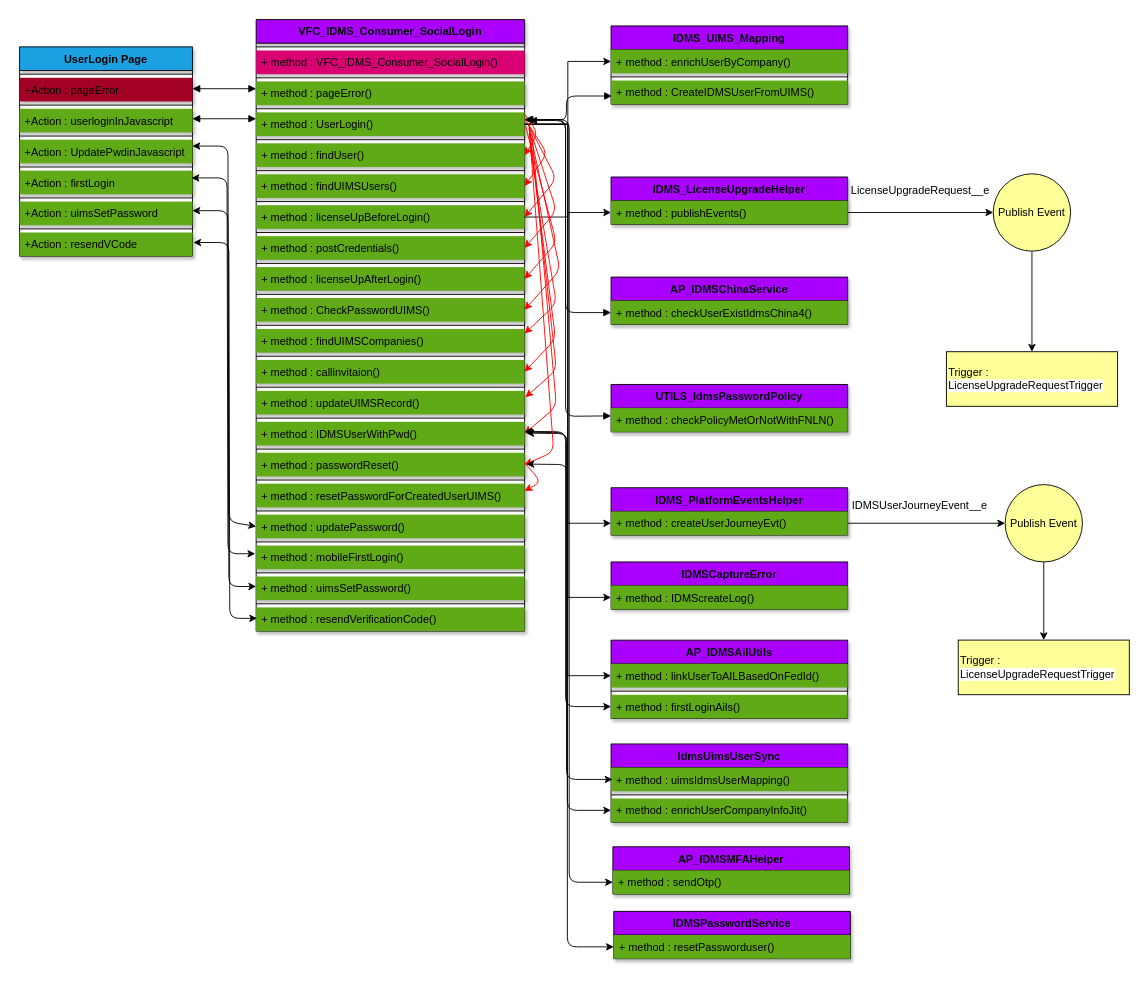
This is Untitled Diagram.drawio from anoopijt/IDMS-Diagrams, a draw.io file, before an edit. Source tidied: cells renumbered, new cells numbered last; positions are measured from the earlier drawing's top-left corner, leaving out a move shared by most shapes. Both pictures are drawn from the tidied source at 91%, with x=0, y=0 at pixel (19, 19).
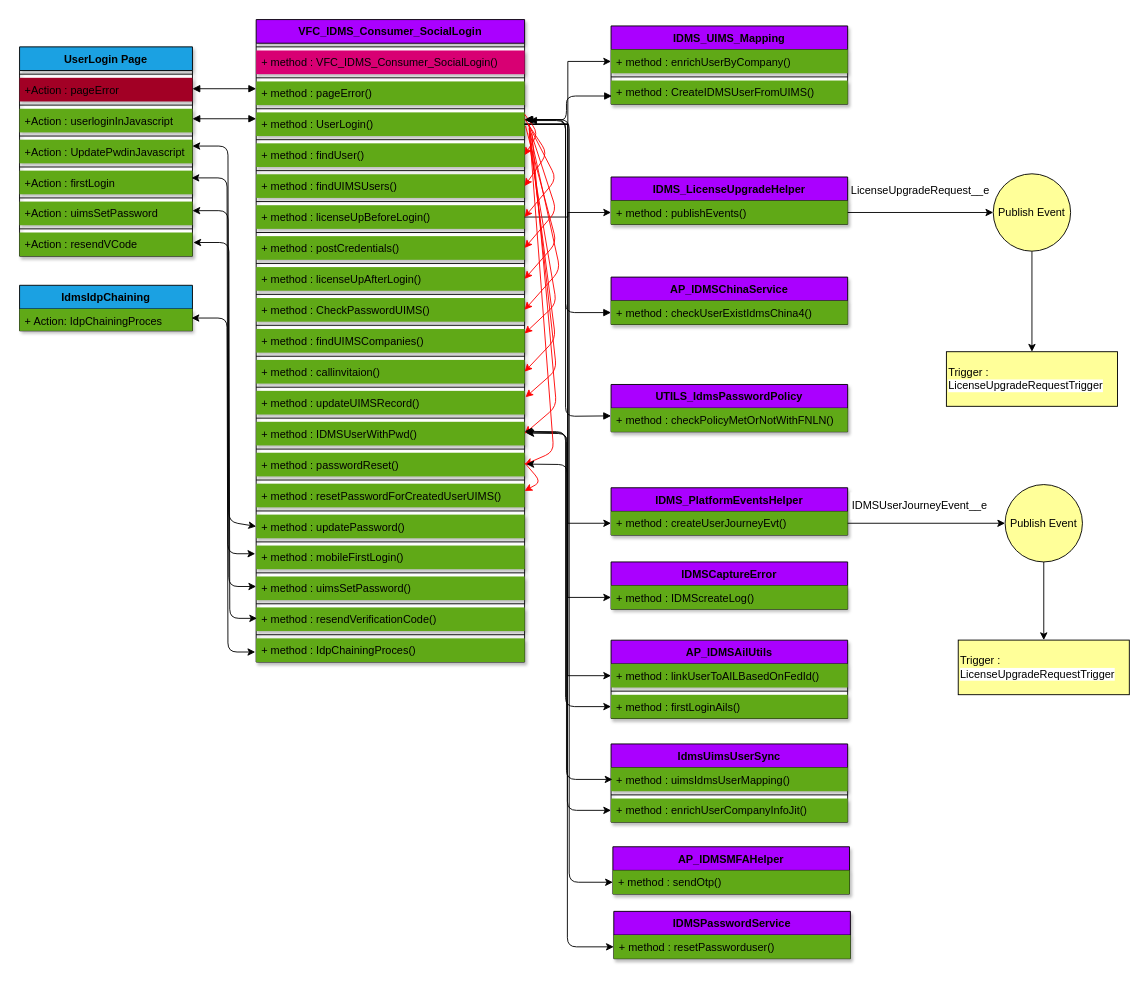
The same diagram, later.

The edit, as a diff of the source:
```diff
@@
     <mxCell id="10" value="VFC_IDMS_Consumer_SocialLogin" style="swimlane;fontStyle=1;align=center;verticalAlign=top;horizontal=1;startSize=26;fillColor=#AA00FF;shadow=1;" parent="1" vertex="1">
-      <mxGeometry x="260" width="295" height="672" as="geometry" />
+      <mxGeometry x="260" width="295" height="706" as="geometry" />
     </mxCell>
@@
+    <mxCell id="121" style="line;strokeWidth=1;fillColor=none;align=left;verticalAlign=middle;spacingTop=-1;spacingLeft=3;spacingRight=3;labelPosition=right;shadow=1;" parent="10" vertex="1">
+      <mxGeometry y="672" width="295" height="8" as="geometry" />
+    </mxCell>
+    <mxCell id="122" value="+ method : IdpChainingProces()" style="text;strokeColor=none;fillColor=#60A917;align=left;verticalAlign=top;spacingLeft=4;spacingRight=4;overflow=hidden;shadow=1;" parent="10" vertex="1">
+      <mxGeometry y="680" width="295" height="26" as="geometry" />
+    </mxCell>
@@
+    <mxCell id="123" value="IdmsIdpChaining" style="swimlane;fontStyle=1;align=center;verticalAlign=top;horizontal=1;startSize=26;shadow=0;fillColor=#1BA1E2;" parent="1" vertex="1">
+      <mxGeometry y="292" width="190" height="50" as="geometry" />
+    </mxCell>
+    <mxCell id="124" value="+ Action: IdpChainingProces" style="text;strokeColor=none;fillColor=#60A917;align=left;verticalAlign=top;spacingLeft=4;spacingRight=4;overflow=hidden;shadow=1;" parent="123" vertex="1">
+      <mxGeometry y="26" width="190" height="24" as="geometry" />
+    </mxCell>
+    <mxCell id="125" style="endArrow=classic;startArrow=classic;html=1;fillColor=#60A917;" parent="1" edge="1">
+      <mxGeometry relative="1" as="geometry">
+        <mxPoint x="189" y="328" as="sourcePoint" />
+        <mxPoint x="259" y="695" as="targetPoint" />
+        <Array as="points">
+          <mxPoint x="228" y="328" />
+          <mxPoint x="229" y="695" />
+        </Array>
+      </mxGeometry>
+    </mxCell>
```
